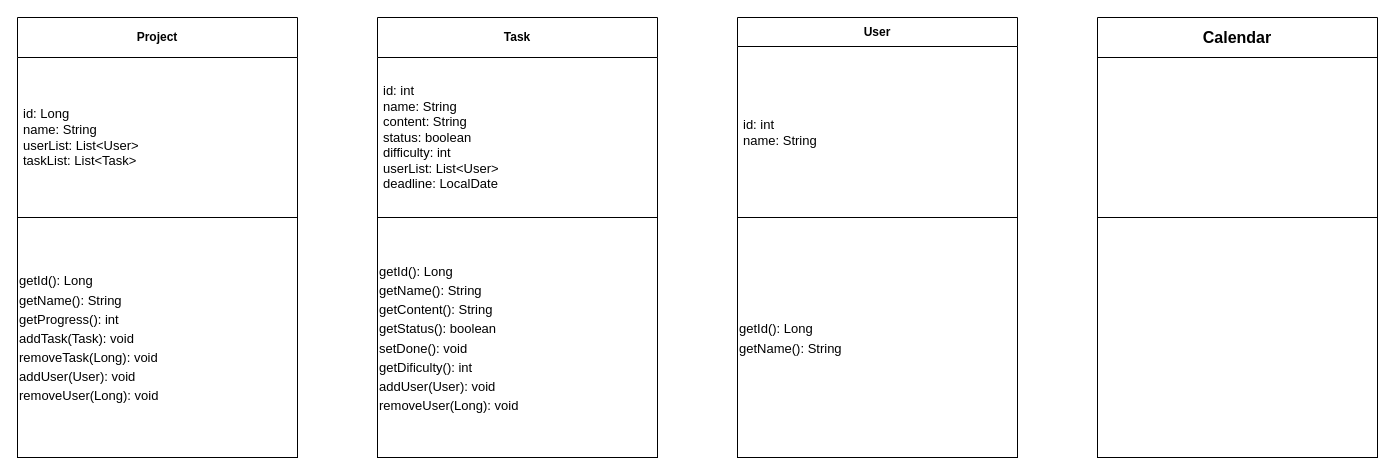
SibGuys/ood keeps this draw.io diagram as uml.drawio. Above is the earlier version. Source tidied: cells renumbered, new cells numbered last; positions are measured from the earlier drawing's top-left corner, leaving out a move shared by most shapes. Both pictures are drawn from the tidied source at 100%, with x=0, y=0 at pixel (17, 17).
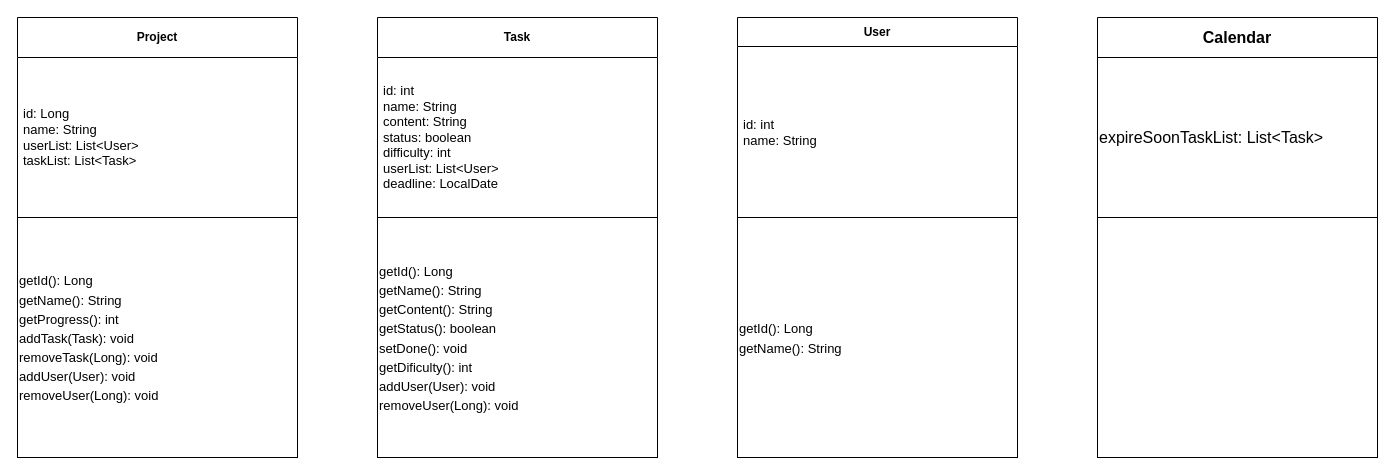
After the change.

Diff of the diagram source:
```diff
@@
 <mxGraphModel>
   <root>
     <mxCell id="0" />
     <mxCell id="1" parent="0" />
     <mxCell id="2" value="Task" style="swimlane;fontStyle=1;align=center;verticalAlign=middle;horizontal=1;startSize=40;html=1;whiteSpace=wrap;" parent="1" vertex="1">
       <mxGeometry x="360" width="280" height="440" as="geometry" />
     </mxCell>
     <mxCell id="3" value="&lt;font style=&quot;font-size: 13px;&quot;&gt;id: int&lt;br&gt;name: String&lt;br&gt;content: String&lt;br&gt;status: boolean&lt;br&gt;difficulty: int&lt;br&gt;userList: List&amp;lt;User&amp;gt;&lt;br&gt;deadline: LocalDate&lt;/font&gt;" style="text;html=1;strokeColor=none;fillColor=none;align=left;verticalAlign=middle;spacingLeft=4;spacingRight=4;overflow=hidden;whiteSpace=wrap;" parent="2" vertex="1">
       <mxGeometry y="40" width="280" height="160" as="geometry" />
     </mxCell>
     <mxCell id="4" value="&lt;font style=&quot;font-size: 13px;&quot;&gt;getId(): Long&lt;br&gt;getName(): String&lt;br&gt;getContent(): String&lt;br&gt;getStatus(): boolean&lt;br&gt;setDone(): void&lt;br&gt;getDificulty(): int&lt;br&gt;addUser(User): void&lt;br&gt;removeUser(Long): void&lt;br&gt;&lt;/font&gt;" style="rounded=0;whiteSpace=wrap;html=1;fontSize=16;align=left;" parent="2" vertex="1">
       <mxGeometry y="200" width="280" height="240" as="geometry" />
     </mxCell>
     <mxCell id="5" value="Project" style="swimlane;fontStyle=1;align=center;verticalAlign=middle;horizontal=1;startSize=40;html=1;whiteSpace=wrap;" parent="1" vertex="1">
       <mxGeometry width="280" height="440" as="geometry" />
     </mxCell>
     <mxCell id="6" value="&lt;font style=&quot;font-size: 13px;&quot;&gt;id: Long&lt;br&gt;name: String&lt;br&gt;userList: List&amp;lt;User&amp;gt;&lt;br&gt;taskList: List&amp;lt;Task&amp;gt;&lt;/font&gt;" style="text;html=1;strokeColor=none;fillColor=none;align=left;verticalAlign=middle;spacingLeft=4;spacingRight=4;overflow=hidden;whiteSpace=wrap;" parent="5" vertex="1">
       <mxGeometry y="40" width="280" height="160" as="geometry" />
     </mxCell>
     <mxCell id="7" value="&lt;font style=&quot;font-size: 13px;&quot;&gt;getId(): Long&lt;br&gt;getName(): String&lt;br&gt;getProgress(): int&lt;br&gt;addTask(Task): void&lt;br&gt;removeTask(Long): void&lt;br&gt;addUser(User): void&lt;br&gt;removeUser(Long): void&lt;br&gt;&lt;/font&gt;" style="rounded=0;whiteSpace=wrap;html=1;fontSize=16;align=left;" parent="5" vertex="1">
       <mxGeometry y="200" width="280" height="240" as="geometry" />
     </mxCell>
     <mxCell id="8" value="User" style="swimlane;fontStyle=1;align=center;verticalAlign=middle;horizontal=1;startSize=29;html=1;whiteSpace=wrap;" parent="1" vertex="1">
       <mxGeometry x="720" width="280" height="440" as="geometry" />
     </mxCell>
     <mxCell id="9" value="&lt;font style=&quot;font-size: 13px;&quot;&gt;id: int&lt;br style=&quot;border-color: var(--border-color);&quot;&gt;name: String&lt;br&gt;&lt;/font&gt;" style="text;html=1;strokeColor=none;fillColor=none;align=left;verticalAlign=middle;spacingLeft=4;spacingRight=4;overflow=hidden;whiteSpace=wrap;" parent="8" vertex="1">
       <mxGeometry y="29" width="280" height="171" as="geometry" />
     </mxCell>
     <mxCell id="10" value="&lt;font style=&quot;font-size: 13px;&quot;&gt;getId(): Long&lt;br&gt;getName(): String&lt;br&gt;&lt;/font&gt;" style="rounded=0;whiteSpace=wrap;html=1;fontSize=16;align=left;" parent="8" vertex="1">
       <mxGeometry y="200" width="280" height="240" as="geometry" />
     </mxCell>
     <mxCell id="11" value="Calendar" style="swimlane;fontStyle=1;align=center;verticalAlign=middle;horizontal=1;startSize=40;html=1;whiteSpace=wrap;fontSize=16;" parent="1" vertex="1">
       <mxGeometry x="1080" width="280" height="440" as="geometry" />
     </mxCell>
-    <mxCell id="12" style="rounded=0;whiteSpace=wrap;html=1;fontSize=16;" parent="11" vertex="1">
+    <mxCell id="12" value="expireSoonTaskList: List&amp;lt;Task&amp;gt;" style="rounded=0;whiteSpace=wrap;html=1;fontSize=16;align=left;" parent="11" vertex="1">
       <mxGeometry y="40" width="280" height="160" as="geometry" />
     </mxCell>
     <mxCell id="13" style="rounded=0;whiteSpace=wrap;html=1;fontSize=16;" parent="11" vertex="1">
       <mxGeometry y="200" width="280" height="240" as="geometry" />
     </mxCell>
   </root>
 </mxGraphModel>
```
